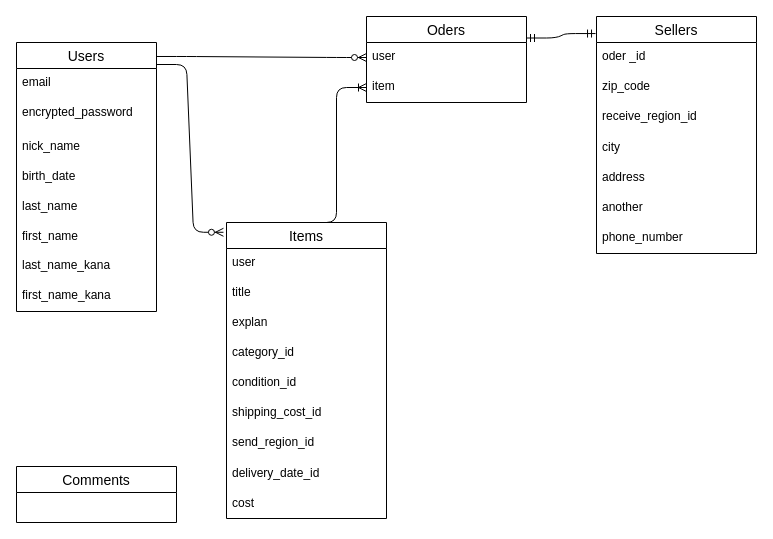
This is ER.dio from a19871206/furima-40560, a draw.io file, before an edit. Source tidied: cells renumbered, new cells numbered last; positions are measured from the earlier drawing's top-left corner, leaving out a move shared by most shapes. Both pictures are drawn from the tidied source at 100%, with x=0, y=0 at pixel (16, 16).
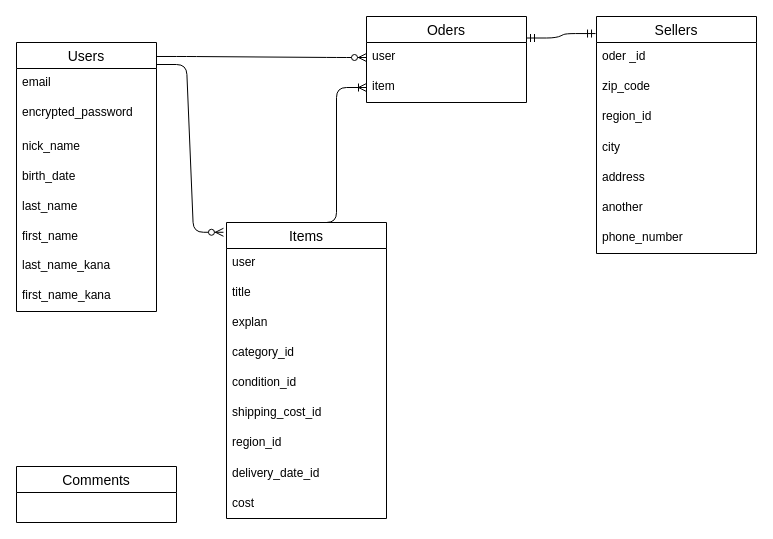
After the change.

Commit message (it also covers changes not shown here):
データベース設計3.75

Unchanged cells that the change refers to:
```xml
<mxCell id="17" value="Sellers" style="swimlane;fontStyle=0;horizontal=1;startSize=26;align=center;fontSize=14;" parent="1" vertex="1">
  <mxGeometry x="580" width="160" height="237" as="geometry" />
</mxCell>
<mxCell id="26" value="Items" style="swimlane;fontStyle=0;horizontal=1;startSize=26;align=center;fontSize=14;" parent="1" vertex="1">
  <mxGeometry x="210" y="206" width="160" height="296" as="geometry" />
</mxCell>
```

What changed in the source:
```diff
@@
-    <mxCell id="20" value="receive_region_id" style="text;strokeColor=none;fillColor=none;spacingLeft=4;spacingRight=4;overflow=hidden;fontSize=12;" parent="17" vertex="1">
+    <mxCell id="20" value="region_id" style="text;strokeColor=none;fillColor=none;spacingLeft=4;spacingRight=4;overflow=hidden;fontSize=12;" parent="17" vertex="1">
       <mxGeometry y="86" width="160" height="31" as="geometry" />
     </mxCell>
@@
-    <mxCell id="33" value="send_region_id" style="text;strokeColor=none;fillColor=none;spacingLeft=4;spacingRight=4;overflow=hidden;fontSize=12;" parent="26" vertex="1">
+    <mxCell id="33" value="region_id" style="text;strokeColor=none;fillColor=none;spacingLeft=4;spacingRight=4;overflow=hidden;fontSize=12;" parent="26" vertex="1">
       <mxGeometry y="206" width="160" height="31" as="geometry" />
     </mxCell>
```
